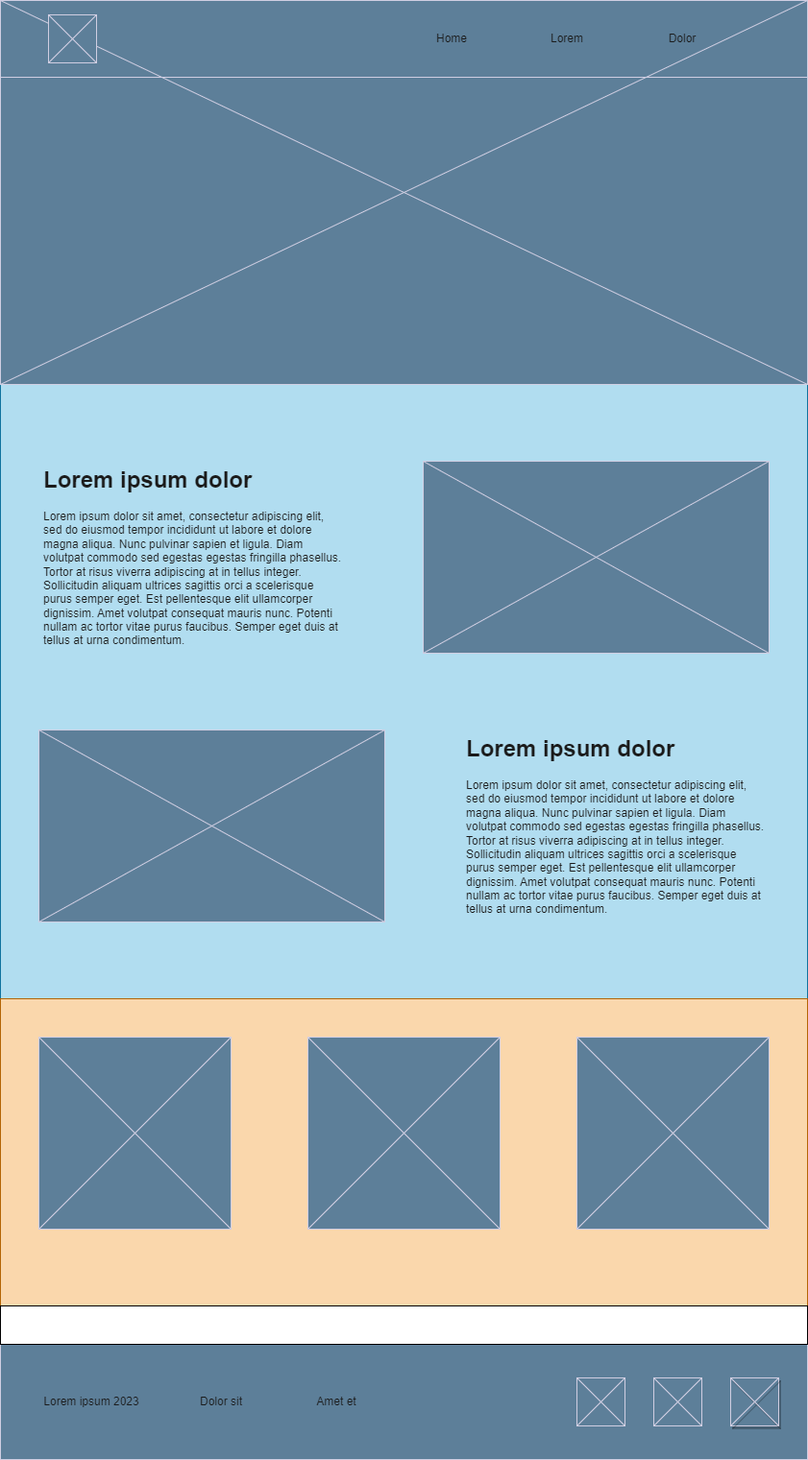
The draw.io diagram twt/images/wireframe_homepage.png in tshanim/wdd130, before a commit. Source tidied: cells renumbered, new cells last; positions are measured from the earlier drawing's top-left corner, leaving out a move shared by most shapes. Its diagram source:
```xml
<mxGraphModel>
  <root>
    <mxCell id="0" />
    <mxCell id="1" parent="0" />
    <mxCell id="2" style="rounded=0;whiteSpace=wrap;html=1;fillColor=#b1ddf0;strokeColor=#10739e;" parent="1" vertex="1">
      <mxGeometry y="400" width="840" height="640" as="geometry" />
    </mxCell>
    <mxCell id="3" style="rounded=0;whiteSpace=wrap;html=1;fillColor=#fad7ac;strokeColor=#b46504;" parent="1" vertex="1">
      <mxGeometry y="1040" width="840" height="320" as="geometry" />
    </mxCell>
    <mxCell id="4" style="verticalLabelPosition=bottom;shadow=0;dashed=0;align=center;html=1;verticalAlign=top;strokeWidth=1;shape=mxgraph.mockup.graphics.simpleIcon;strokeColor=#D0CEE2;labelBackgroundColor=none;fillColor=#5D7F99;fontColor=#1A1A1A;" parent="1" vertex="1">
      <mxGeometry width="840" height="400" as="geometry" />
    </mxCell>
    <mxCell id="5" style="rounded=0;whiteSpace=wrap;html=1;fillColor=none;labelBackgroundColor=none;strokeColor=#D0CEE2;fontColor=#1A1A1A;" parent="1" vertex="1">
      <mxGeometry width="840" height="80" as="geometry" />
    </mxCell>
    <mxCell id="6" style="verticalLabelPosition=bottom;shadow=0;dashed=0;align=center;html=1;verticalAlign=top;strokeWidth=1;shape=mxgraph.mockup.graphics.simpleIcon;strokeColor=#D0CEE2;labelBackgroundColor=none;fillColor=#5D7F99;fontColor=#1A1A1A;" parent="1" vertex="1">
      <mxGeometry x="50" y="15" width="50" height="50" as="geometry" />
    </mxCell>
    <mxCell id="7" value="Home" style="text;html=1;strokeColor=none;fillColor=none;align=center;verticalAlign=middle;whiteSpace=wrap;rounded=0;labelBackgroundColor=none;fontColor=#1A1A1A;" parent="1" vertex="1">
      <mxGeometry x="440" y="25" width="60" height="30" as="geometry" />
    </mxCell>
    <mxCell id="8" value="Lorem" style="text;html=1;strokeColor=none;fillColor=none;align=center;verticalAlign=middle;whiteSpace=wrap;rounded=0;labelBackgroundColor=none;fontColor=#1A1A1A;" parent="1" vertex="1">
      <mxGeometry x="560" y="25" width="60" height="30" as="geometry" />
    </mxCell>
    <mxCell id="9" value="Dolor" style="text;html=1;strokeColor=none;fillColor=none;align=center;verticalAlign=middle;whiteSpace=wrap;rounded=0;labelBackgroundColor=none;fontColor=#1A1A1A;" parent="1" vertex="1">
      <mxGeometry x="680" y="25" width="60" height="30" as="geometry" />
    </mxCell>
    <mxCell id="10" style="verticalLabelPosition=bottom;shadow=0;dashed=0;align=center;html=1;verticalAlign=top;strokeWidth=1;shape=mxgraph.mockup.graphics.simpleIcon;strokeColor=#D0CEE2;labelBackgroundColor=none;fillColor=#5D7F99;fontColor=#1A1A1A;" parent="1" vertex="1">
      <mxGeometry x="440" y="480" width="360" height="200" as="geometry" />
    </mxCell>
    <mxCell id="11" value="&lt;h1&gt;Lorem ipsum dolor&lt;/h1&gt;&lt;p&gt;Lorem ipsum dolor sit amet, consectetur adipiscing elit, sed do eiusmod tempor incididunt ut labore et dolore magna aliqua. Nunc pulvinar sapien et ligula. Diam volutpat commodo sed egestas egestas fringilla phasellus. Tortor at risus viverra adipiscing at in tellus integer. Sollicitudin aliquam ultrices sagittis orci a scelerisque purus semper eget. Est pellentesque elit ullamcorper dignissim. Amet volutpat consequat mauris nunc. Potenti nullam ac tortor vitae purus faucibus. Semper eget duis at tellus at urna condimentum.&lt;/p&gt;" style="text;html=1;strokeColor=none;fillColor=none;spacing=5;spacingTop=-20;whiteSpace=wrap;overflow=hidden;rounded=0;labelBackgroundColor=none;fontColor=#1A1A1A;" parent="1" vertex="1">
      <mxGeometry x="40" y="480" width="320" height="200" as="geometry" />
    </mxCell>
    <mxCell id="12" style="verticalLabelPosition=bottom;shadow=0;dashed=0;align=center;html=1;verticalAlign=top;strokeWidth=1;shape=mxgraph.mockup.graphics.simpleIcon;strokeColor=#D0CEE2;labelBackgroundColor=none;fillColor=#5D7F99;fontColor=#1A1A1A;" parent="1" vertex="1">
      <mxGeometry x="40" y="760" width="360" height="200" as="geometry" />
    </mxCell>
    <mxCell id="13" value="&lt;h1&gt;Lorem ipsum dolor&lt;/h1&gt;Lorem ipsum dolor sit amet, consectetur adipiscing elit, sed do eiusmod tempor incididunt ut labore et dolore magna aliqua. Nunc pulvinar sapien et ligula. Diam volutpat commodo sed egestas egestas fringilla phasellus. Tortor at risus viverra adipiscing at in tellus integer. Sollicitudin aliquam ultrices sagittis orci a scelerisque purus semper eget. Est pellentesque elit ullamcorper dignissim. Amet volutpat consequat mauris nunc. Potenti nullam ac tortor vitae purus faucibus. Semper eget duis at tellus at urna condimentum." style="text;html=1;strokeColor=none;fillColor=none;spacing=5;spacingTop=-20;whiteSpace=wrap;overflow=hidden;rounded=0;labelBackgroundColor=none;fontColor=#1A1A1A;" parent="1" vertex="1">
      <mxGeometry x="480" y="760" width="320" height="200" as="geometry" />
    </mxCell>
    <mxCell id="14" style="verticalLabelPosition=bottom;shadow=0;dashed=0;align=center;html=1;verticalAlign=top;strokeWidth=1;shape=mxgraph.mockup.graphics.simpleIcon;strokeColor=#D0CEE2;labelBackgroundColor=none;fillColor=#5D7F99;fontColor=#1A1A1A;" parent="1" vertex="1">
      <mxGeometry x="40" y="1080" width="200" height="200" as="geometry" />
    </mxCell>
    <mxCell id="15" style="verticalLabelPosition=bottom;shadow=0;dashed=0;align=center;html=1;verticalAlign=top;strokeWidth=1;shape=mxgraph.mockup.graphics.simpleIcon;strokeColor=#D0CEE2;labelBackgroundColor=none;fillColor=#5D7F99;fontColor=#1A1A1A;" parent="1" vertex="1">
      <mxGeometry x="320" y="1080" width="200" height="200" as="geometry" />
    </mxCell>
    <mxCell id="16" style="verticalLabelPosition=bottom;shadow=0;dashed=0;align=center;html=1;verticalAlign=top;strokeWidth=1;shape=mxgraph.mockup.graphics.simpleIcon;strokeColor=#D0CEE2;labelBackgroundColor=none;fillColor=#5D7F99;fontColor=#1A1A1A;" parent="1" vertex="1">
      <mxGeometry x="600" y="1080" width="200" height="200" as="geometry" />
    </mxCell>
    <mxCell id="17" style="rounded=0;whiteSpace=wrap;html=1;labelBackgroundColor=none;fillColor=#5D7F99;strokeColor=#D0CEE2;fontColor=#1A1A1A;" parent="1" vertex="1">
      <mxGeometry y="1400" width="840" height="120" as="geometry" />
    </mxCell>
    <mxCell id="18" value="Lorem ipsum 2023" style="text;html=1;strokeColor=none;fillColor=none;align=center;verticalAlign=middle;whiteSpace=wrap;rounded=0;labelBackgroundColor=none;fontColor=#1A1A1A;" parent="1" vertex="1">
      <mxGeometry x="40" y="1445" width="110" height="30" as="geometry" />
    </mxCell>
    <mxCell id="19" value="Dolor sit" style="text;html=1;strokeColor=none;fillColor=none;align=center;verticalAlign=middle;whiteSpace=wrap;rounded=0;labelBackgroundColor=none;fontColor=#1A1A1A;" parent="1" vertex="1">
      <mxGeometry x="200" y="1445" width="60" height="30" as="geometry" />
    </mxCell>
    <mxCell id="20" value="Amet et" style="text;html=1;strokeColor=none;fillColor=none;align=center;verticalAlign=middle;whiteSpace=wrap;rounded=0;labelBackgroundColor=none;fontColor=#1A1A1A;" parent="1" vertex="1">
      <mxGeometry x="320" y="1445" width="60" height="30" as="geometry" />
    </mxCell>
    <mxCell id="21" style="verticalLabelPosition=bottom;shadow=0;dashed=0;align=center;html=1;verticalAlign=top;strokeWidth=1;shape=mxgraph.mockup.graphics.simpleIcon;strokeColor=#D0CEE2;labelBackgroundColor=none;fillColor=#5D7F99;fontColor=#1A1A1A;" parent="1" vertex="1">
      <mxGeometry x="600" y="1435" width="50" height="50" as="geometry" />
    </mxCell>
    <mxCell id="22" style="verticalLabelPosition=bottom;shadow=0;dashed=0;align=center;html=1;verticalAlign=top;strokeWidth=1;shape=mxgraph.mockup.graphics.simpleIcon;strokeColor=#D0CEE2;labelBackgroundColor=none;fillColor=#5D7F99;fontColor=#1A1A1A;" parent="1" vertex="1">
      <mxGeometry x="680" y="1435" width="50" height="50" as="geometry" />
    </mxCell>
    <mxCell id="23" style="verticalLabelPosition=bottom;shadow=1;dashed=0;align=center;html=1;verticalAlign=top;strokeWidth=1;shape=mxgraph.mockup.graphics.simpleIcon;strokeColor=#D0CEE2;labelBackgroundColor=none;fillColor=#5D7F99;fontColor=#1A1A1A;" parent="1" vertex="1">
      <mxGeometry x="760" y="1435" width="50" height="50" as="geometry" />
    </mxCell>
    <mxCell id="24" style="rounded=0;whiteSpace=wrap;html=1;fillColor=none;" parent="1" vertex="1">
      <mxGeometry y="1360" width="840" height="40" as="geometry" />
    </mxCell>
  </root>
</mxGraphModel>
```
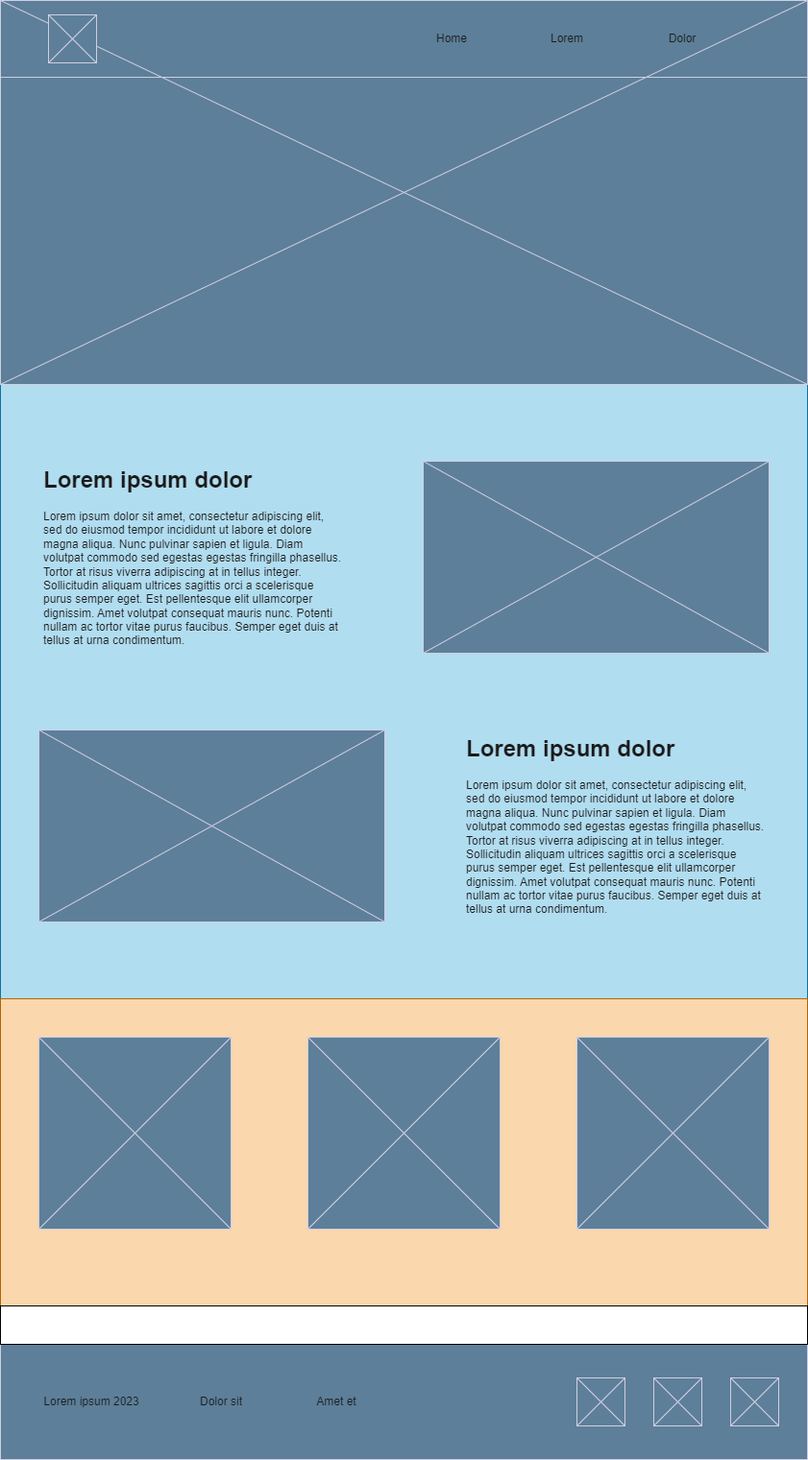
After the commit.

Commit message:
updated wireframe_page3

What changed in the source:
```diff
@@ -65,7 +65,7 @@
     <mxCell id="22" style="verticalLabelPosition=bottom;shadow=0;dashed=0;align=center;html=1;verticalAlign=top;strokeWidth=1;shape=mxgraph.mockup.graphics.simpleIcon;strokeColor=#D0CEE2;labelBackgroundColor=none;fillColor=#5D7F99;fontColor=#1A1A1A;" parent="1" vertex="1">
       <mxGeometry x="680" y="1435" width="50" height="50" as="geometry" />
     </mxCell>
-    <mxCell id="23" style="verticalLabelPosition=bottom;shadow=1;dashed=0;align=center;html=1;verticalAlign=top;strokeWidth=1;shape=mxgraph.mockup.graphics.simpleIcon;strokeColor=#D0CEE2;labelBackgroundColor=none;fillColor=#5D7F99;fontColor=#1A1A1A;" parent="1" vertex="1">
+    <mxCell id="23" style="verticalLabelPosition=bottom;shadow=0;dashed=0;align=center;html=1;verticalAlign=top;strokeWidth=1;shape=mxgraph.mockup.graphics.simpleIcon;strokeColor=#D0CEE2;labelBackgroundColor=none;fillColor=#5D7F99;fontColor=#1A1A1A;" parent="1" vertex="1">
       <mxGeometry x="760" y="1435" width="50" height="50" as="geometry" />
     </mxCell>
     <mxCell id="24" style="rounded=0;whiteSpace=wrap;html=1;fillColor=none;" parent="1" vertex="1">
```
